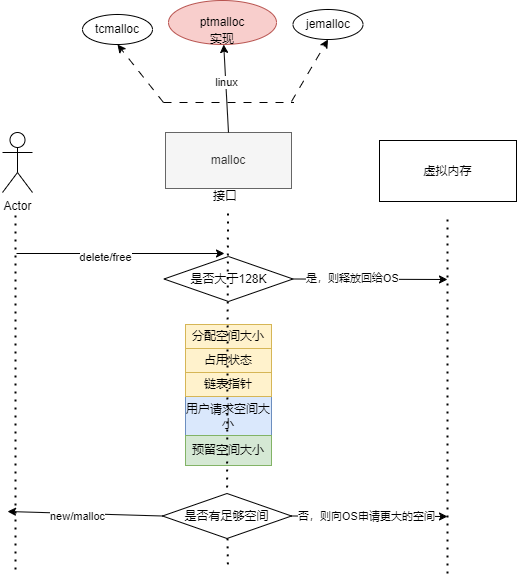
Earlier version of the draw.io export CS/语言/C(++)/堆管理器.drawio.png (sirius-zyj/Images). Source tidied: cells renumbered, new cells last; positions are measured from the earlier drawing's top-left corner, leaving out a move shared by most shapes.
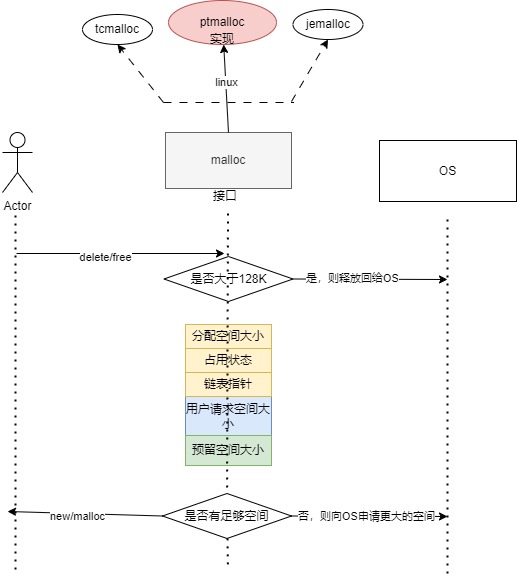
Above is the later version.

Commit message:
更新堆管理器.drawio.png

The edit, as a diff of the source:
```diff
@@ -5,7 +5,7 @@
     <mxCell id="2" value="malloc" style="rounded=0;whiteSpace=wrap;html=1;fillColor=#f5f5f5;fontColor=#333333;strokeColor=#666666;" parent="1" vertex="1">
       <mxGeometry x="163" y="132" width="126" height="56" as="geometry" />
     </mxCell>
-    <mxCell id="3" value="虚拟内存" style="rounded=0;whiteSpace=wrap;html=1;" parent="1" vertex="1">
+    <mxCell id="3" value="OS" style="rounded=0;whiteSpace=wrap;html=1;" parent="1" vertex="1">
       <mxGeometry x="377" y="140" width="137" height="61" as="geometry" />
     </mxCell>
     <mxCell id="4" value="Actor" style="shape=umlActor;verticalLabelPosition=bottom;verticalAlign=top;html=1;" parent="1" vertex="1">
```
